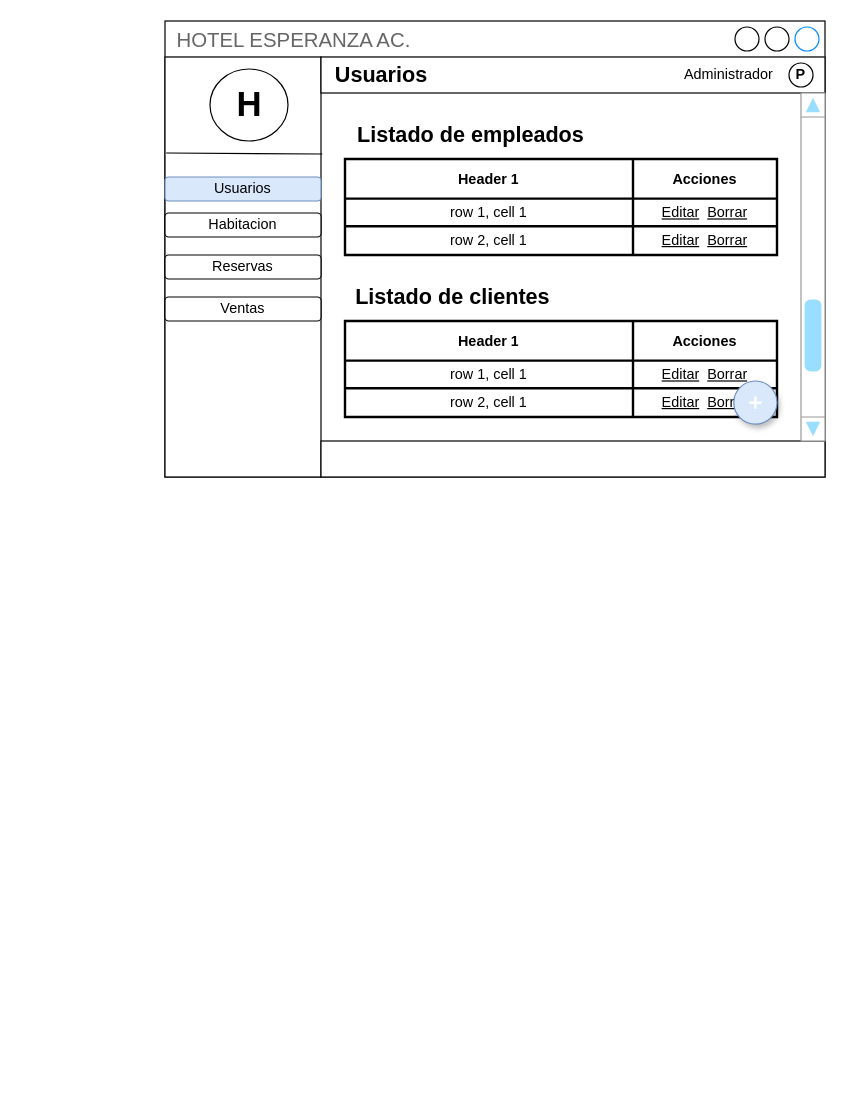
edu1998/to-do-node keeps this draw.io diagram as page "Personas" (2 of 6) of Untitled Diagram.drawio. Above is the earlier version. Source tidied: cells renumbered, new cells numbered last; positions are measured from the earlier drawing's top-left corner, leaving out a move shared by most shapes. Both pictures are drawn from the tidied source at 120%, with x=0, y=0 at pixel (164, 20).
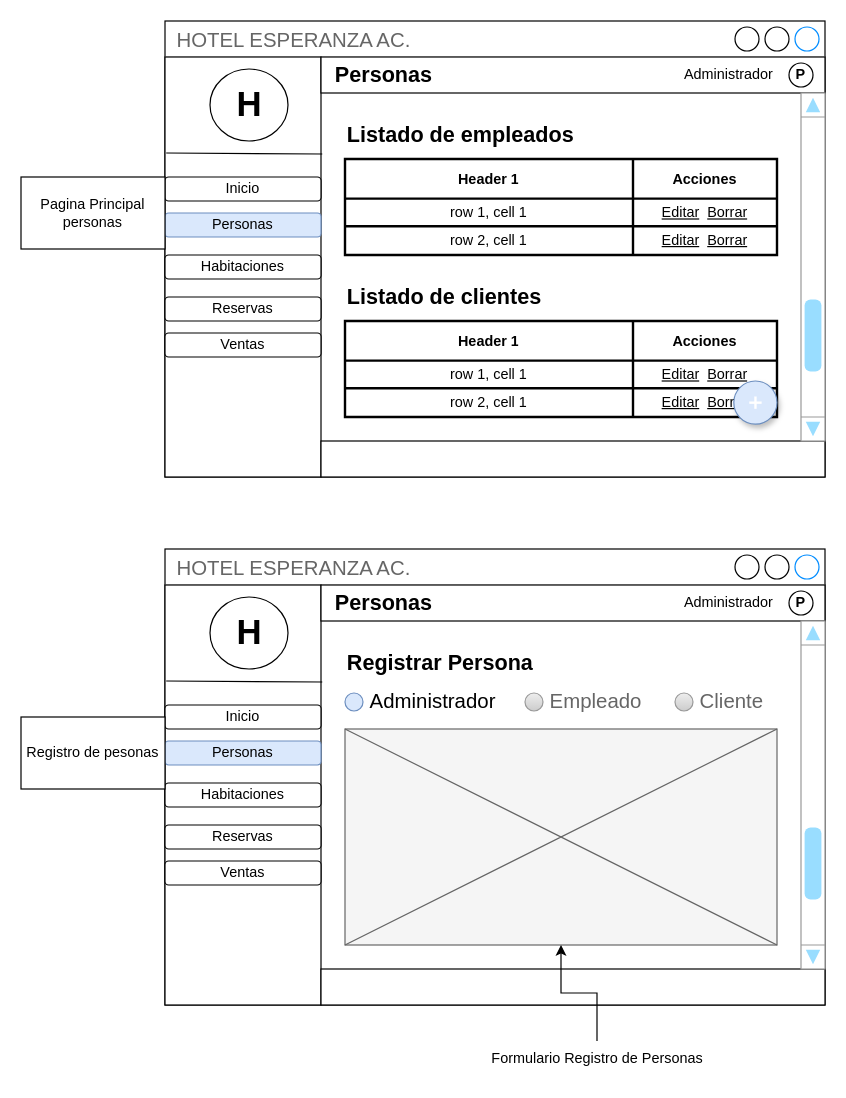
Above is the later version.

What changed in the source:
```diff
@@
-    <mxCell id="4" value="Reservas" style="rounded=1;whiteSpace=wrap;html=1;" parent="1" vertex="1">
+    <mxCell id="4" value="Habitaciones" style="rounded=1;whiteSpace=wrap;html=1;" parent="1" vertex="1">
       <mxGeometry y="195" width="130" height="20" as="geometry" />
     </mxCell>
-    <mxCell id="5" value="Usuarios" style="rounded=1;whiteSpace=wrap;html=1;strokeColor=#6c8ebf;fillColor=#dae8fc;" parent="1" vertex="1">
+    <mxCell id="5" value="Inicio" style="rounded=1;whiteSpace=wrap;html=1;" parent="1" vertex="1">
       <mxGeometry y="130" width="130" height="20" as="geometry" />
     </mxCell>
@@
-    <mxCell id="7" value="Habitacion" style="rounded=1;whiteSpace=wrap;html=1;" parent="1" vertex="1">
+    <mxCell id="7" value="Personas" style="rounded=1;whiteSpace=wrap;html=1;fillColor=#dae8fc;strokeColor=#6c8ebf;" parent="1" vertex="1">
       <mxGeometry y="160" width="130" height="20" as="geometry" />
     </mxCell>
@@
-    <mxCell id="9" value="Ventas" style="rounded=1;whiteSpace=wrap;html=1;" parent="1" vertex="1">
+    <mxCell id="9" value="Reservas" style="rounded=1;whiteSpace=wrap;html=1;" parent="1" vertex="1">
       <mxGeometry y="230" width="130" height="20" as="geometry" />
     </mxCell>
@@
-    <mxCell id="11" value="&lt;h2&gt;&amp;nbsp; Usuarios&lt;/h2&gt;" style="rounded=0;whiteSpace=wrap;html=1;align=left;" parent="1" vertex="1">
+    <mxCell id="11" value="&lt;h2 style=&quot;border-color: var(--border-color);&quot;&gt;&amp;nbsp; Personas&lt;/h2&gt;" style="rounded=0;whiteSpace=wrap;html=1;align=left;" parent="1" vertex="1">
       <mxGeometry x="130" y="30" width="420" height="30" as="geometry" />
     </mxCell>
@@
-    <mxCell id="24" value="&lt;h2&gt;Listado de empleados&lt;/h2&gt;" style="text;html=1;strokeColor=none;fillColor=none;align=center;verticalAlign=middle;whiteSpace=wrap;rounded=0;" parent="1" vertex="1">
+    <mxCell id="24" value="&lt;h2&gt;Listado de empleados&lt;/h2&gt;" style="text;html=1;strokeColor=none;fillColor=none;align=left;verticalAlign=middle;whiteSpace=wrap;rounded=0;" parent="1" vertex="1">
       <mxGeometry x="150" y="80" width="210" height="30" as="geometry" />
     </mxCell>
-    <mxCell id="25" value="&lt;h2&gt;Listado de clientes&lt;/h2&gt;" style="text;html=1;strokeColor=none;fillColor=none;align=center;verticalAlign=middle;whiteSpace=wrap;rounded=0;" parent="1" vertex="1">
+    <mxCell id="25" value="&lt;h2&gt;Listado de clientes&lt;/h2&gt;" style="text;html=1;strokeColor=none;fillColor=none;align=left;verticalAlign=middle;whiteSpace=wrap;rounded=0;" parent="1" vertex="1">
       <mxGeometry x="150" y="215" width="180" height="30" as="geometry" />
     </mxCell>
@@
+    <mxCell id="39" value="Ventas" style="rounded=1;whiteSpace=wrap;html=1;" parent="1" vertex="1">
+      <mxGeometry y="260" width="130" height="20" as="geometry" />
+    </mxCell>
+    <mxCell id="40" value="HOTEL ESPERANZA AC." style="strokeWidth=1;shadow=0;dashed=0;align=center;html=1;shape=mxgraph.mockup.containers.window;align=left;verticalAlign=top;spacingLeft=8;strokeColor2=#008cff;strokeColor3=#c4c4c4;fontColor=#666666;mainText=;fontSize=17;labelBackgroundColor=none;whiteSpace=wrap;" parent="1" vertex="1">
+      <mxGeometry y="440" width="550" height="380" as="geometry" />
+    </mxCell>
+    <mxCell id="41" style="rounded=0;whiteSpace=wrap;html=1;" parent="1" vertex="1">
+      <mxGeometry y="470" width="130" height="350" as="geometry" />
+    </mxCell>
+    <mxCell id="42" value="Habitaciones" style="rounded=1;whiteSpace=wrap;html=1;" parent="1" vertex="1">
+      <mxGeometry y="635" width="130" height="20" as="geometry" />
+    </mxCell>
+    <mxCell id="43" value="Inicio" style="rounded=1;whiteSpace=wrap;html=1;" parent="1" vertex="1">
+      <mxGeometry y="570" width="130" height="20" as="geometry" />
+    </mxCell>
+    <mxCell id="44" value="&lt;h1&gt;&lt;font style=&quot;font-size: 29px;&quot;&gt;H&lt;/font&gt;&lt;/h1&gt;" style="ellipse;whiteSpace=wrap;html=1;" parent="1" vertex="1">
+      <mxGeometry x="37.5" y="480" width="65" height="60" as="geometry" />
+    </mxCell>
+    <mxCell id="45" value="Personas" style="rounded=1;whiteSpace=wrap;html=1;fillColor=#dae8fc;strokeColor=#6c8ebf;" parent="1" vertex="1">
+      <mxGeometry y="600" width="130" height="20" as="geometry" />
+    </mxCell>
+    <mxCell id="46" style="endArrow=none;html=1;rounded=0;exitX=0.007;exitY=0.197;exitDx=0;exitDy=0;exitPerimeter=0;entryX=1.008;entryY=0.231;entryDx=0;entryDy=0;entryPerimeter=0;" parent="1" edge="1" target="41">
+      <mxGeometry relative="1" as="geometry">
+        <mxPoint x="1" y="550" as="sourcePoint" />
+      </mxGeometry>
+    </mxCell>
+    <mxCell id="47" value="Reservas" style="rounded=1;whiteSpace=wrap;html=1;" parent="1" vertex="1">
+      <mxGeometry y="670" width="130" height="20" as="geometry" />
+    </mxCell>
+    <mxCell id="48" style="rounded=0;whiteSpace=wrap;html=1;" parent="1" vertex="1">
+      <mxGeometry x="130" y="790" width="420" height="30" as="geometry" />
+    </mxCell>
+    <mxCell id="49" value="&lt;h2&gt;&amp;nbsp; Personas&lt;/h2&gt;" style="rounded=0;whiteSpace=wrap;html=1;align=left;" parent="1" vertex="1">
+      <mxGeometry x="130" y="470" width="420" height="30" as="geometry" />
+    </mxCell>
+    <mxCell id="50" value="&lt;b&gt;P&lt;/b&gt;" style="ellipse;whiteSpace=wrap;html=1;" parent="1" vertex="1">
+      <mxGeometry x="520" y="475" width="20" height="20" as="geometry" />
+    </mxCell>
+    <mxCell id="51" value="Administrador" style="text;html=1;strokeColor=none;fillColor=none;align=center;verticalAlign=middle;whiteSpace=wrap;rounded=0;" parent="1" vertex="1">
+      <mxGeometry x="440" y="470" width="60" height="30" as="geometry" />
+    </mxCell>
+    <mxCell id="52" value="&lt;h2&gt;Registrar Persona&lt;/h2&gt;" style="text;html=1;strokeColor=none;fillColor=none;align=left;verticalAlign=middle;whiteSpace=wrap;rounded=0;" parent="1" vertex="1">
+      <mxGeometry x="150" y="520" width="210" height="30" as="geometry" />
+    </mxCell>
+    <mxCell id="53" style="verticalLabelPosition=bottom;shadow=0;dashed=0;align=center;html=1;verticalAlign=top;strokeWidth=1;shape=mxgraph.mockup.navigation.scrollBar;strokeColor=#999999;barPos=20;fillColor2=#99ddff;strokeColor2=none;direction=north;" parent="1" vertex="1">
+      <mxGeometry x="530" y="500" width="20" height="290" as="geometry" />
+    </mxCell>
+    <mxCell id="54" value="Ventas" style="rounded=1;whiteSpace=wrap;html=1;" parent="1" vertex="1">
+      <mxGeometry y="700" width="130" height="20" as="geometry" />
+    </mxCell>
+    <mxCell id="55" value="Empleado" style="shape=ellipse;fillColor=#eeeeee;strokeColor=#999999;gradientColor=#cccccc;html=1;align=left;spacingLeft=4;fontSize=17;fontColor=#666666;labelPosition=right;shadow=0;" parent="1" vertex="1">
+      <mxGeometry x="300" y="560" width="15" height="15" as="geometry" />
+    </mxCell>
+    <mxCell id="56" value="Cliente" style="shape=ellipse;fillColor=#eeeeee;strokeColor=#999999;gradientColor=#cccccc;html=1;align=left;spacingLeft=4;fontSize=17;fontColor=#666666;labelPosition=right;shadow=0;" parent="1" vertex="1">
+      <mxGeometry x="425" y="560" width="15" height="15" as="geometry" />
+    </mxCell>
+    <mxCell id="57" value="Administrador" style="shape=ellipse;fillColor=#dae8fc;strokeColor=#6c8ebf;html=1;align=left;spacingLeft=4;fontSize=17;labelPosition=right;shadow=0;" parent="1" vertex="1">
+      <mxGeometry x="150" y="560" width="15" height="15" as="geometry" />
+    </mxCell>
+    <mxCell id="58" style="verticalLabelPosition=bottom;shadow=0;dashed=0;align=center;html=1;verticalAlign=top;strokeWidth=1;shape=mxgraph.mockup.graphics.simpleIcon;strokeColor=#666666;fillColor=#f5f5f5;fontColor=#333333;" parent="1" vertex="1">
+      <mxGeometry x="150" y="590" width="360" height="180" as="geometry" />
+    </mxCell>
+    <mxCell id="59" value="Registro de pesonas" style="whiteSpace=wrap;html=1;" parent="1" vertex="1">
+      <mxGeometry x="-120" y="580" width="120" height="60" as="geometry" />
+    </mxCell>
+    <mxCell id="60" style="edgeStyle=orthogonalEdgeStyle;rounded=0;jettySize=auto;html=1;" parent="1" edge="1" source="61" target="58">
+      <mxGeometry relative="1" as="geometry" />
+    </mxCell>
+    <mxCell id="61" value="Formulario Registro de Personas" style="text;html=1;align=center;verticalAlign=middle;points=[];strokeColor=none;fillColor=none;" parent="1" vertex="1">
+      <mxGeometry x="260" y="850" width="200" height="30" as="geometry" />
+    </mxCell>
+    <mxCell id="62" value="Pagina Principal personas" style="whiteSpace=wrap;html=1;" parent="1" vertex="1">
+      <mxGeometry x="-120" y="130" width="120" height="60" as="geometry" />
+    </mxCell>
```
